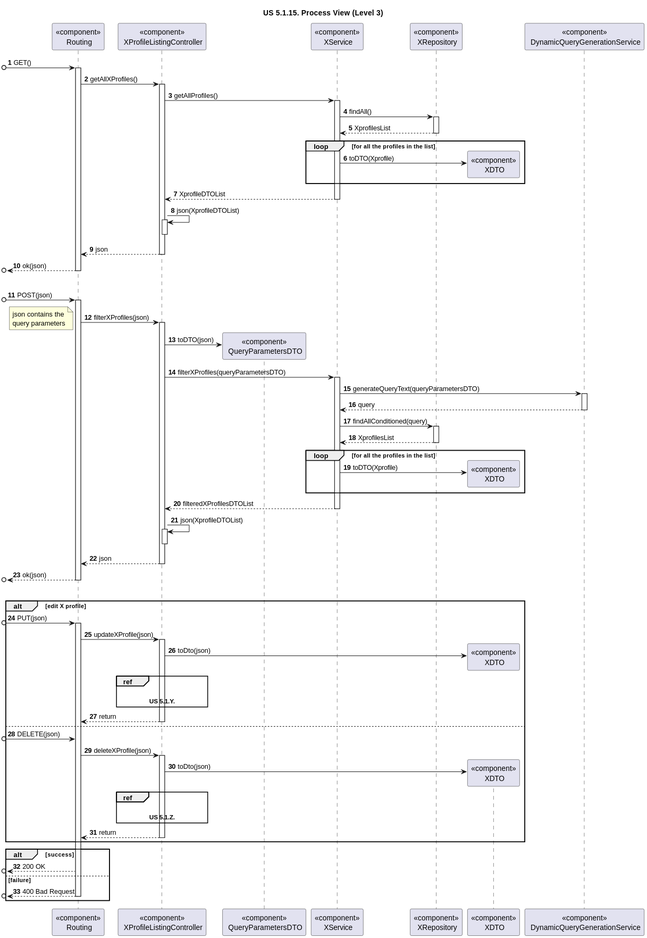
This is docs/sprint-1/1220683/general-process-view-diagrams/listing-profiles/Level-3/listing-profile-us-process-view-lvl3.svg from rita-barbosa/LAPR5-2425, a PlantUML export, as it was before one commit.
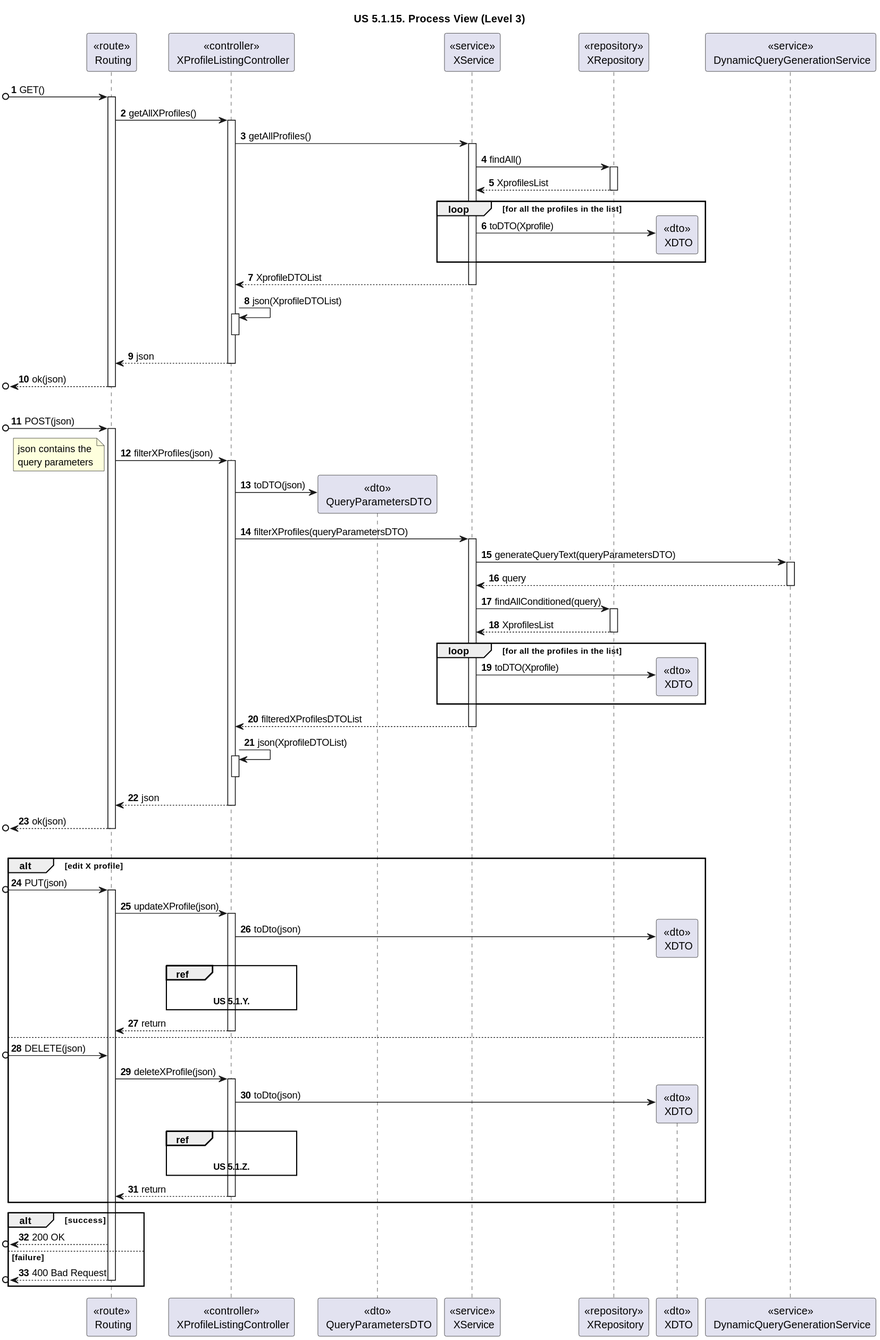
Later version of the same file.

What changed in the source:
```diff
@@ -4,17 +4,16 @@
 
 autonumber
 
-participant "<<component>>\n Routing" as ROUTE
-participant "<<component>>\n XProfileListingController" as CONTROL
+participant "<<route>>\n Routing" as ROUTE
+participant "<<controller>>\n XProfileListingController" as CONTROL
 
-participant "<<component>>\n QueryParametersDTO" as QueryDTO
+participant "<<dto>>\n QueryParametersDTO" as QueryDTO
 
-participant "<<component>>\n XService" as XServ
-participant "<<component>>\n XRepository" as XRepo
-participant "<<component>>\n XDTO" as XDTO
+participant "<<service>>\n XService" as XServ
+participant "<<repository>>\n XRepository" as XRepo
+participant "<<dto>>\n XDTO" as XDTO
 
-participant "<<component>>\n DynamicQueryGenerationService" as QUERYServ
-
+participant "<<service>>\n DynamicQueryGenerationService" as QUERYServ
 
 [o-> ROUTE : GET()
 activate ROUTE
```
